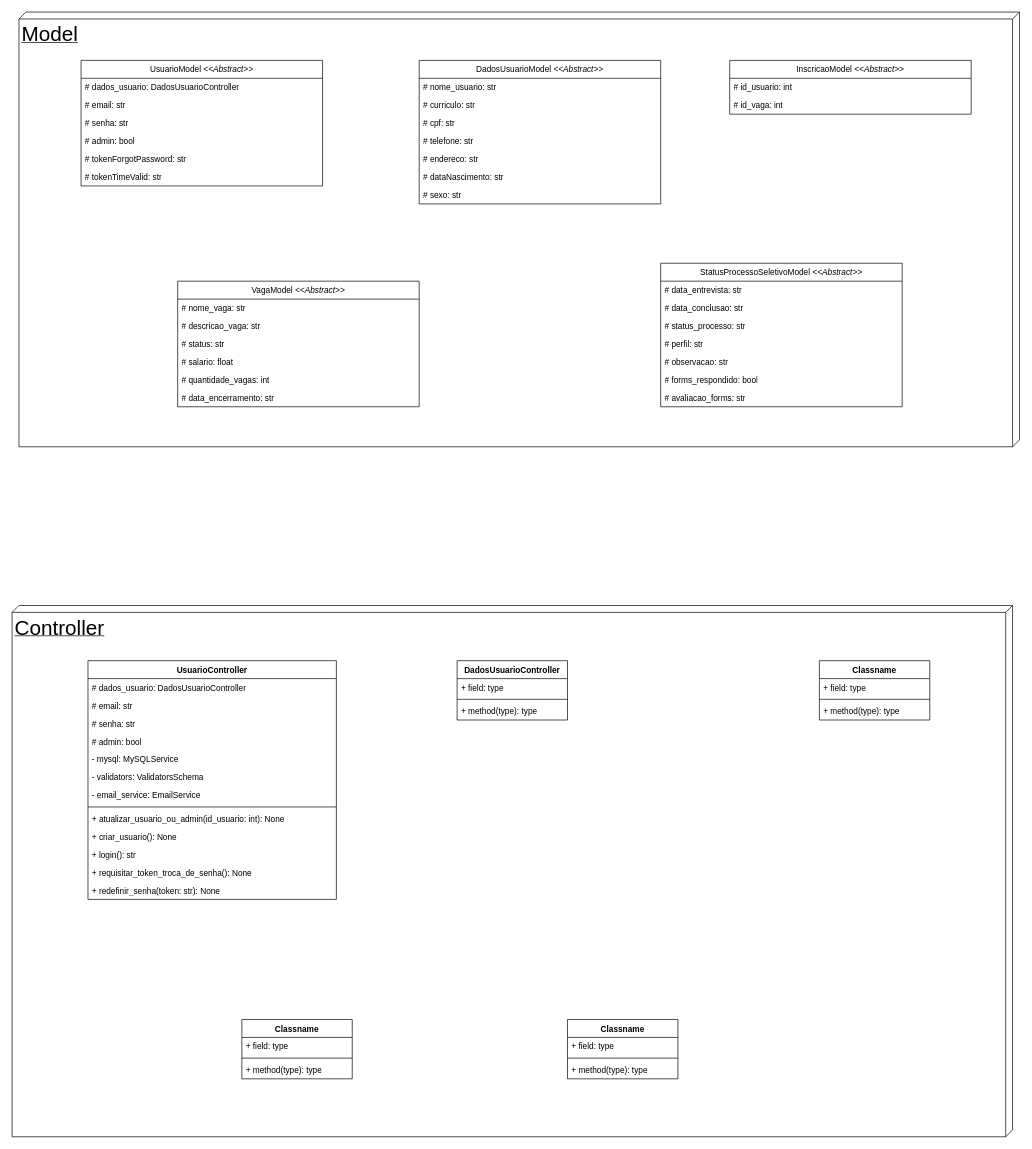
The draw.io diagram Diagrama de Classes.drawio in ExtraProjects860/Project-Selection-Process-Control, before the edit. Source tidied: cells renumbered, new cells numbered last; positions are measured from the earlier drawing's top-left corner, leaving out a move shared by most shapes. Both pictures are drawn from the tidied source at 69%, with x=0, y=0 at pixel (12, 12).
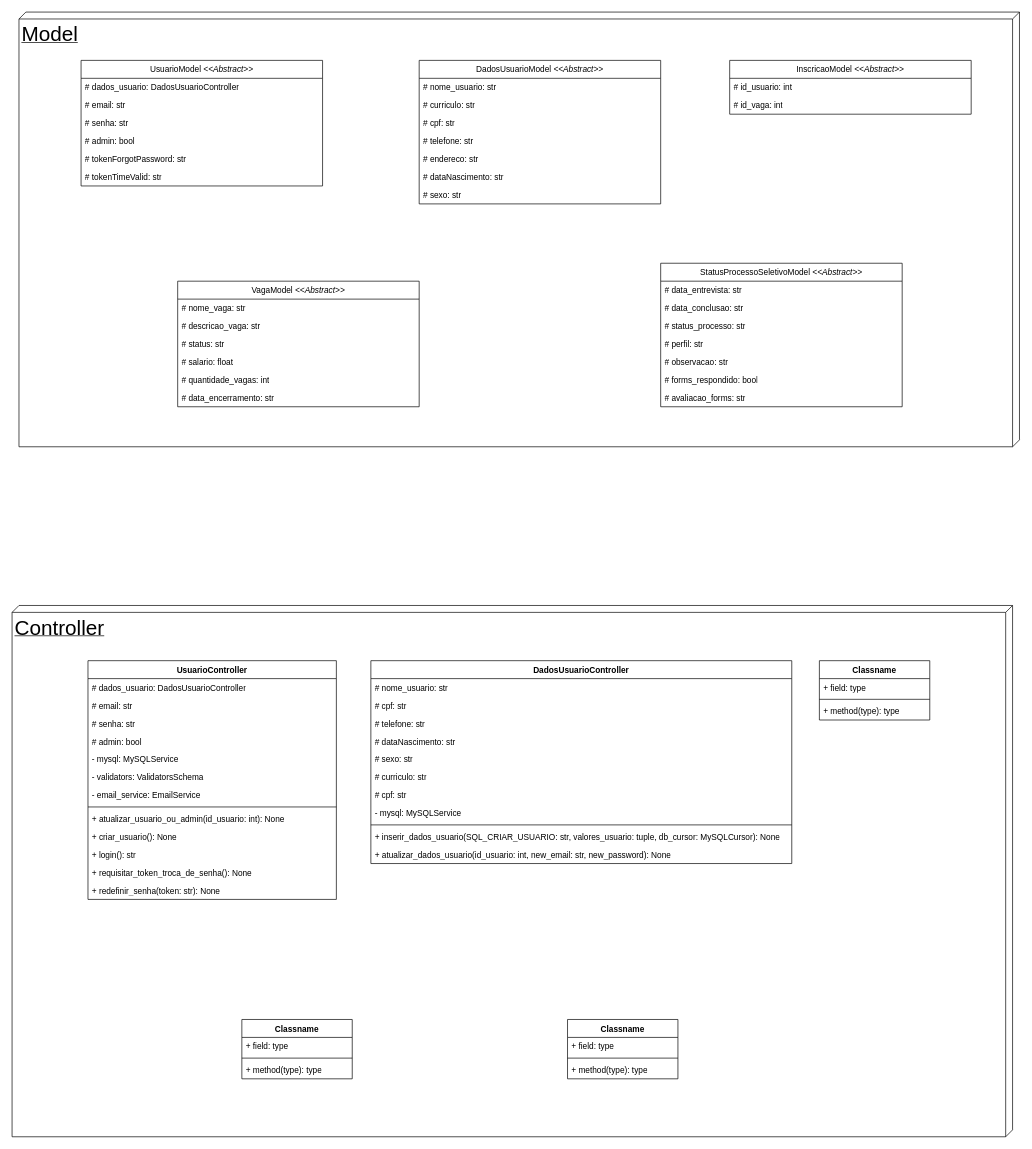
After the change.

Diff of the diagram source:
```diff
@@
     <mxCell id="51" value="DadosUsuarioController" style="swimlane;fontStyle=1;align=center;verticalAlign=top;horizontal=1;startSize=26;whiteSpace=wrap;html=1;" parent="1" vertex="1">
-      <mxGeometry x="645" y="940" width="160" height="86" as="geometry" />
+      <mxGeometry x="520" y="940" width="610" height="294" as="geometry" />
     </mxCell>
-    <mxCell id="52" value="+ field: type" style="text;strokeColor=none;fillColor=none;align=left;verticalAlign=top;spacingLeft=4;spacingRight=4;overflow=hidden;whiteSpace=wrap;html=1;" parent="51" vertex="1">
-      <mxGeometry y="26" width="160" height="26" as="geometry" />
+    <mxCell id="52" value="# nome_usuario: str" style="text;strokeColor=none;fillColor=none;align=left;verticalAlign=top;spacingLeft=4;spacingRight=4;overflow=hidden;whiteSpace=wrap;html=1;" parent="51" vertex="1">
+      <mxGeometry y="26" width="610" height="26" as="geometry" />
     </mxCell>
+    <mxCell id="67" value="# cpf: str" style="text;strokeColor=none;fillColor=none;align=left;verticalAlign=top;spacingLeft=4;spacingRight=4;overflow=hidden;whiteSpace=wrap;html=1;" parent="51" vertex="1">
+      <mxGeometry y="52" width="610" height="26" as="geometry" />
+    </mxCell>
+    <mxCell id="68" value="# telefone: str" style="text;strokeColor=none;fillColor=none;align=left;verticalAlign=top;spacingLeft=4;spacingRight=4;overflow=hidden;whiteSpace=wrap;html=1;" parent="51" vertex="1">
+      <mxGeometry y="78" width="610" height="26" as="geometry" />
+    </mxCell>
+    <mxCell id="69" value="# dataNascimento: str" style="text;strokeColor=none;fillColor=none;align=left;verticalAlign=top;spacingLeft=4;spacingRight=4;overflow=hidden;whiteSpace=wrap;html=1;" parent="51" vertex="1">
+      <mxGeometry y="104" width="610" height="26" as="geometry" />
+    </mxCell>
+    <mxCell id="70" value="# sexo: str" style="text;strokeColor=none;fillColor=none;align=left;verticalAlign=top;spacingLeft=4;spacingRight=4;overflow=hidden;whiteSpace=wrap;html=1;" parent="51" vertex="1">
+      <mxGeometry y="130" width="610" height="26" as="geometry" />
+    </mxCell>
+    <mxCell id="71" value="# curriculo: str" style="text;strokeColor=none;fillColor=none;align=left;verticalAlign=top;spacingLeft=4;spacingRight=4;overflow=hidden;whiteSpace=wrap;html=1;" parent="51" vertex="1">
+      <mxGeometry y="156" width="610" height="26" as="geometry" />
+    </mxCell>
+    <mxCell id="72" value="# cpf: str" style="text;strokeColor=none;fillColor=none;align=left;verticalAlign=top;spacingLeft=4;spacingRight=4;overflow=hidden;whiteSpace=wrap;html=1;" parent="51" vertex="1">
+      <mxGeometry y="182" width="610" height="26" as="geometry" />
+    </mxCell>
+    <mxCell id="73" value="- mysql: MySQLService" style="text;strokeColor=none;fillColor=none;align=left;verticalAlign=top;spacingLeft=4;spacingRight=4;overflow=hidden;whiteSpace=wrap;html=1;" parent="51" vertex="1">
+      <mxGeometry y="208" width="610" height="26" as="geometry" />
+    </mxCell>
     <mxCell id="53" style="line;strokeWidth=1;fillColor=none;align=left;verticalAlign=middle;spacingTop=-1;spacingLeft=3;spacingRight=3;labelPosition=right;strokeColor=inherit;" parent="51" vertex="1">
-      <mxGeometry y="52" width="160" height="8" as="geometry" />
+      <mxGeometry y="234" width="610" height="8" as="geometry" />
     </mxCell>
-    <mxCell id="54" value="+ method(type): type" style="text;strokeColor=none;fillColor=none;align=left;verticalAlign=top;spacingLeft=4;spacingRight=4;overflow=hidden;whiteSpace=wrap;html=1;" parent="51" vertex="1">
-      <mxGeometry y="60" width="160" height="26" as="geometry" />
+    <mxCell id="54" value="+ inserir_dados_usuario(SQL_CRIAR_USUARIO: str, valores_usuario: tuple, db_cursor: MySQLCursor): None" style="text;strokeColor=none;fillColor=none;align=left;verticalAlign=top;spacingLeft=4;spacingRight=4;overflow=hidden;whiteSpace=wrap;html=1;" parent="51" vertex="1">
+      <mxGeometry y="242" width="610" height="26" as="geometry" />
     </mxCell>
+    <mxCell id="74" value="+ atualizar_dados_usuario(id_usuario: int, new_email: str, new_password): None" style="text;strokeColor=none;fillColor=none;align=left;verticalAlign=top;spacingLeft=4;spacingRight=4;overflow=hidden;whiteSpace=wrap;html=1;" parent="51" vertex="1">
+      <mxGeometry y="268" width="610" height="26" as="geometry" />
+    </mxCell>
```
